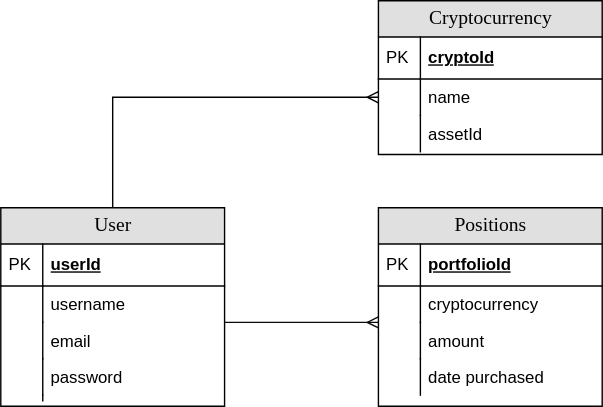
The draw.io diagram ERD.svg in brnguy/Crypto-Tracker, before a commit. Source tidied: cells renumbered, new cells last; positions are measured from the earlier drawing's top-left corner, leaving out a move shared by most shapes.
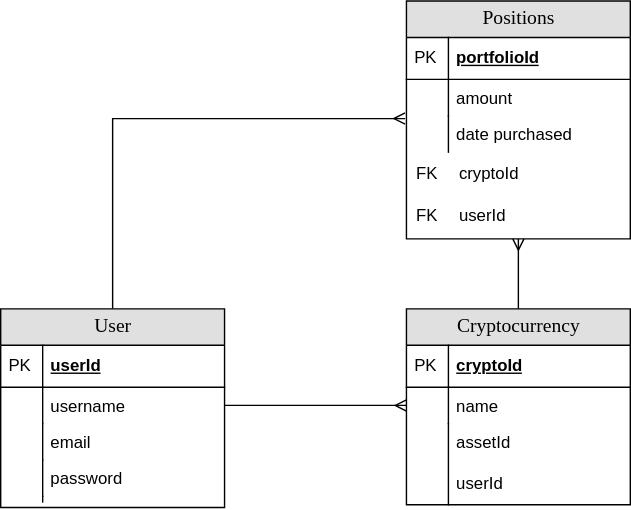
After the change.

Change to the diagram source:
```diff
@@ -3,7 +3,7 @@
     <mxCell id="0" />
     <mxCell id="1" parent="0" />
     <mxCell id="2" value="Positions" style="swimlane;html=1;fontStyle=0;horizontal=1;startSize=26;fillColor=#e0e0e0;swimlaneFillColor=#ffffff;align=center;rounded=0;shadow=0;comic=0;labelBackgroundColor=none;strokeWidth=1;fontFamily=Verdana;fontSize=14;" parent="1" vertex="1">
-      <mxGeometry x="270" y="148" width="160" height="142" as="geometry" />
+      <mxGeometry x="290" y="-70" width="160" height="170" as="geometry" />
     </mxCell>
     <mxCell id="3" value="portfolioId" style="shape=partialRectangle;top=0;left=0;right=0;bottom=1;html=1;align=left;verticalAlign=middle;fillColor=none;spacingLeft=34;spacingRight=4;whiteSpace=wrap;overflow=hidden;fontStyle=5;" parent="2" vertex="1">
       <mxGeometry y="26" width="160" height="30" as="geometry" />
@@ -11,26 +11,44 @@
     <mxCell id="4" value="PK" style="shape=partialRectangle;top=0;left=0;bottom=0;html=1;fillColor=none;align=left;verticalAlign=middle;spacingLeft=4;spacingRight=4;whiteSpace=wrap;overflow=hidden;" parent="3" vertex="1">
       <mxGeometry width="30" height="30" as="geometry" />
     </mxCell>
-    <mxCell id="5" value="cryptocurrency" style="shape=partialRectangle;top=0;left=0;right=0;bottom=0;html=1;align=left;verticalAlign=top;fillColor=none;spacingLeft=34;spacingRight=4;whiteSpace=wrap;overflow=hidden;" parent="2" vertex="1">
-      <mxGeometry y="56" width="160" height="26" as="geometry" />
-    </mxCell>
-    <mxCell id="6" style="shape=partialRectangle;top=0;left=0;bottom=0;html=1;fillColor=none;align=left;verticalAlign=top;spacingLeft=4;spacingRight=4;whiteSpace=wrap;overflow=hidden;" parent="5" vertex="1">
-      <mxGeometry width="30" height="26" as="geometry" />
-    </mxCell>
     <mxCell id="7" value="amount" style="shape=partialRectangle;top=0;left=0;right=0;bottom=0;html=1;align=left;verticalAlign=top;fillColor=none;spacingLeft=34;spacingRight=4;whiteSpace=wrap;overflow=hidden;points=[[0,0.5],[1,0.5]];portConstraint=eastwest;" parent="2" vertex="1">
-      <mxGeometry y="82" width="160" height="26" as="geometry" />
+      <mxGeometry y="56" width="160" height="26" as="geometry" />
     </mxCell>
     <mxCell id="8" style="shape=partialRectangle;top=0;left=0;bottom=0;html=1;fillColor=none;align=left;verticalAlign=top;spacingLeft=4;spacingRight=4;whiteSpace=wrap;overflow=hidden;" parent="7" vertex="1">
       <mxGeometry width="30" height="26" as="geometry" />
     </mxCell>
     <mxCell id="9" value="date purchased" style="shape=partialRectangle;top=0;left=0;right=0;bottom=0;html=1;align=left;verticalAlign=top;fillColor=none;spacingLeft=34;spacingRight=4;whiteSpace=wrap;overflow=hidden;" parent="2" vertex="1">
-      <mxGeometry y="108" width="160" height="26" as="geometry" />
+      <mxGeometry y="82" width="160" height="26" as="geometry" />
     </mxCell>
     <mxCell id="10" style="shape=partialRectangle;top=0;left=0;bottom=0;html=1;fillColor=none;align=left;verticalAlign=top;spacingLeft=4;spacingRight=4;whiteSpace=wrap;overflow=hidden;" parent="9" vertex="1">
       <mxGeometry width="30" height="26" as="geometry" />
     </mxCell>
+    <mxCell id="31" style="shape=table;startSize=0;rowLines=0;fontStyle=0;align=center;strokeColor=none;fillColor=none;labelBackgroundColor=#FFFFFF;" parent="2" vertex="1">
+      <mxGeometry y="108" width="160" height="62" as="geometry" />
+    </mxCell>
+    <mxCell id="32" style="shape=tableRow;horizontal=0;startSize=0;swimlaneHead=0;swimlaneBody=0;fillColor=none;top=0;left=0;right=0;bottom=0;labelBackgroundColor=#FFFFFF;" parent="31" vertex="1">
+      <mxGeometry width="160" height="30" as="geometry" />
+    </mxCell>
+    <mxCell id="33" value="FK" style="shape=partialRectangle;fillColor=none;top=0;left=0;bottom=0;right=0;fontStyle=0;overflow=hidden;labelBackgroundColor=#FFFFFF;" parent="32" vertex="1">
+      <mxGeometry width="30" height="30" as="geometry" />
+    </mxCell>
+    <mxCell id="34" value="cryptoId" style="shape=partialRectangle;fillColor=none;top=0;left=0;bottom=0;right=0;align=left;spacingLeft=6;fontStyle=0;overflow=hidden;labelBackgroundColor=#FFFFFF;" parent="32" vertex="1">
+      <mxGeometry x="30" width="130" height="30" as="geometry" />
+    </mxCell>
+    <mxCell id="35" style="shape=tableRow;horizontal=0;startSize=0;swimlaneHead=0;swimlaneBody=0;fillColor=none;top=0;left=0;right=0;bottom=0;labelBackgroundColor=#FFFFFF;" parent="31" vertex="1">
+      <mxGeometry y="30" width="160" height="30" as="geometry" />
+    </mxCell>
+    <mxCell id="36" value="FK" style="shape=partialRectangle;fillColor=none;top=0;left=0;bottom=0;right=0;fontStyle=0;overflow=hidden;labelBackgroundColor=#FFFFFF;" parent="35" vertex="1">
+      <mxGeometry width="30" height="30" as="geometry" />
+    </mxCell>
+    <mxCell id="37" value="userId" style="shape=partialRectangle;fillColor=none;top=0;left=0;bottom=0;right=0;align=left;spacingLeft=6;fontStyle=0;overflow=hidden;labelBackgroundColor=#FFFFFF;" parent="35" vertex="1">
+      <mxGeometry x="30" width="130" height="30" as="geometry" />
+    </mxCell>
+    <mxCell id="38" style="edgeStyle=orthogonalEdgeStyle;rounded=0;jettySize=auto;html=1;exitX=0.5;exitY=0;exitDx=0;exitDy=0;entryX=0.5;entryY=1;entryDx=0;entryDy=0;endArrow=ERmany;endFill=0;" parent="1" edge="1" source="11" target="31">
+      <mxGeometry relative="1" as="geometry" />
+    </mxCell>
     <mxCell id="11" value="Cryptocurrency" style="swimlane;html=1;fontStyle=0;horizontal=1;startSize=26;fillColor=#e0e0e0;swimlaneFillColor=#ffffff;align=center;rounded=0;shadow=0;comic=0;labelBackgroundColor=none;strokeWidth=1;fontFamily=Verdana;fontSize=14;" parent="1" vertex="1">
-      <mxGeometry x="270" width="160" height="110" as="geometry" />
+      <mxGeometry x="290" y="150" width="160" height="140" as="geometry" />
     </mxCell>
     <mxCell id="12" value="cryptoId" style="shape=partialRectangle;top=0;left=0;right=0;bottom=1;html=1;align=left;verticalAlign=middle;fillColor=none;spacingLeft=34;spacingRight=4;whiteSpace=wrap;overflow=hidden;fontStyle=5;" parent="11" vertex="1">
       <mxGeometry y="26" width="160" height="30" as="geometry" />
@@ -44,17 +62,17 @@
     <mxCell id="15" style="shape=partialRectangle;top=0;left=0;bottom=0;html=1;fillColor=none;align=left;verticalAlign=top;spacingLeft=4;spacingRight=4;whiteSpace=wrap;overflow=hidden;" parent="14" vertex="1">
       <mxGeometry width="30" height="26" as="geometry" />
     </mxCell>
-    <mxCell id="16" value="assetId" style="shape=partialRectangle;top=0;left=0;right=0;bottom=0;html=1;align=left;verticalAlign=top;fillColor=none;spacingLeft=34;spacingRight=4;whiteSpace=wrap;overflow=hidden;" parent="11" vertex="1">
-      <mxGeometry y="82" width="160" height="26" as="geometry" />
+    <mxCell id="16" value="assetId&lt;br&gt;&lt;br&gt;userId" style="shape=partialRectangle;top=0;left=0;right=0;bottom=0;html=1;align=left;verticalAlign=top;fillColor=none;spacingLeft=34;spacingRight=4;whiteSpace=wrap;overflow=hidden;" parent="11" vertex="1">
+      <mxGeometry y="82" width="160" height="58" as="geometry" />
     </mxCell>
     <mxCell id="17" style="shape=partialRectangle;top=0;left=0;bottom=0;html=1;fillColor=none;align=left;verticalAlign=top;spacingLeft=4;spacingRight=4;whiteSpace=wrap;overflow=hidden;" parent="16" vertex="1">
-      <mxGeometry width="30" height="26" as="geometry" />
+      <mxGeometry width="30" height="58" as="geometry" />
     </mxCell>
-    <mxCell id="18" style="edgeStyle=orthogonalEdgeStyle;rounded=0;jettySize=auto;html=1;exitX=0.5;exitY=0;exitDx=0;exitDy=0;entryX=0;entryY=0.5;entryDx=0;entryDy=0;endArrow=ERmany;endFill=0;" parent="1" edge="1" source="19" target="14">
-      <mxGeometry relative="1" as="geometry" />
-    </mxCell>
+    <mxCell id="39" style="edgeStyle=orthogonalEdgeStyle;rounded=0;jettySize=auto;html=1;exitX=0.5;exitY=0;exitDx=0;exitDy=0;entryX=-0.006;entryY=1.077;entryDx=0;entryDy=0;entryPerimeter=0;endArrow=ERmany;endFill=0;" parent="1" edge="1" source="19" target="7">
+      <mxGeometry relative="1" as="geometry" />
+    </mxCell>
     <mxCell id="19" value="User" style="swimlane;html=1;fontStyle=0;horizontal=1;startSize=26;fillColor=#e0e0e0;swimlaneFillColor=#ffffff;align=center;rounded=0;shadow=0;comic=0;labelBackgroundColor=none;strokeWidth=1;fontFamily=Verdana;fontSize=14;" parent="1" vertex="1">
-      <mxGeometry y="148" width="160" height="142" as="geometry" />
+      <mxGeometry y="150" width="160" height="142" as="geometry" />
     </mxCell>
     <mxCell id="20" value="userId" style="shape=partialRectangle;top=0;left=0;right=0;bottom=1;html=1;align=left;verticalAlign=middle;fillColor=none;spacingLeft=34;spacingRight=4;whiteSpace=wrap;overflow=hidden;fontStyle=5;" parent="19" vertex="1">
       <mxGeometry y="26" width="160" height="30" as="geometry" />
@@ -86,11 +104,8 @@
     <mxCell id="29" style="shape=partialRectangle;top=0;left=0;bottom=0;html=1;fillColor=none;align=left;verticalAlign=top;spacingLeft=4;spacingRight=4;whiteSpace=wrap;overflow=hidden;" parent="28" vertex="1">
       <mxGeometry width="30" height="4" as="geometry" />
     </mxCell>
-    <mxCell id="30" style="edgeStyle=none;rounded=0;orthogonalLoop=1;jettySize=auto;html=1;startArrow=none;startFill=0;endArrow=ERmany;endFill=0;strokeColor=#0A0A0A;" parent="1" edge="1">
-      <mxGeometry relative="1" as="geometry">
-        <mxPoint x="160" y="230" as="sourcePoint" />
-        <mxPoint x="270" y="230" as="targetPoint" />
-      </mxGeometry>
-    </mxCell>
+    <mxCell id="40" style="edgeStyle=orthogonalEdgeStyle;rounded=0;jettySize=auto;html=1;exitX=1;exitY=0.5;exitDx=0;exitDy=0;entryX=0;entryY=0.5;entryDx=0;entryDy=0;endArrow=ERmany;endFill=0;" parent="1" edge="1" source="22" target="14">
+      <mxGeometry relative="1" as="geometry" />
+    </mxCell>
   </root>
 </mxGraphModel>
```
